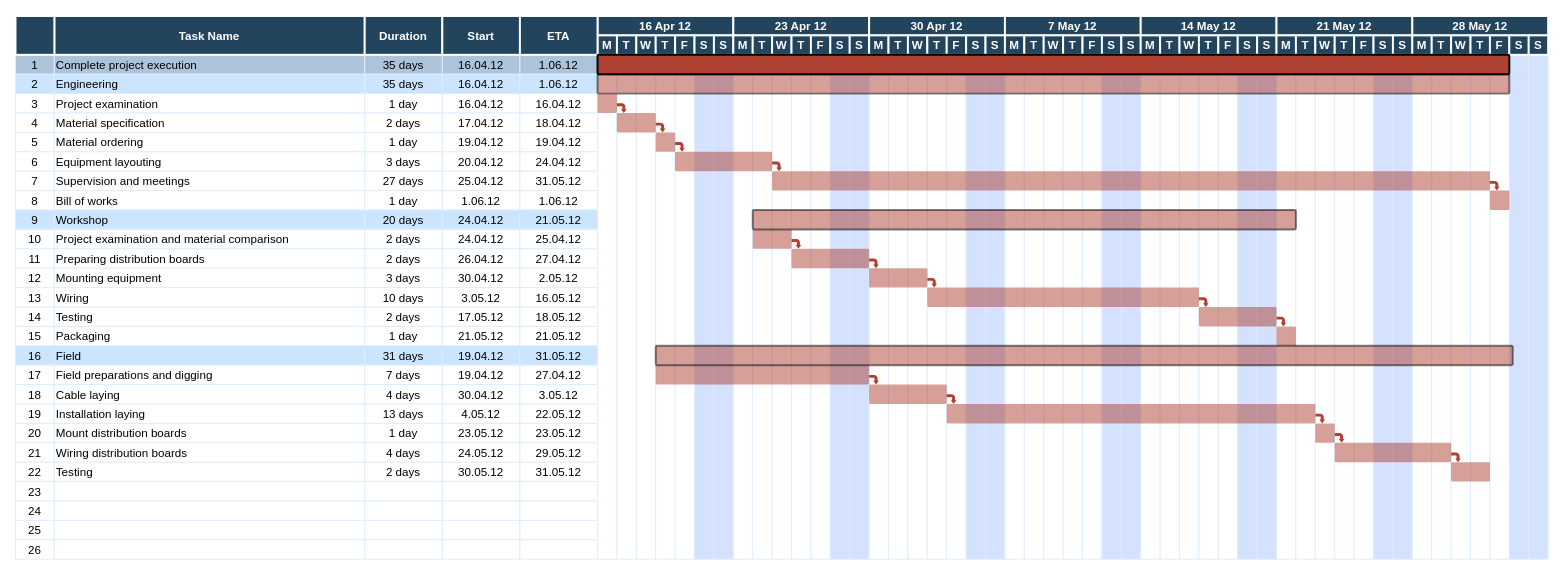
The draw.io diagram BattleshipGantt.drawio in StephaniePeacock/Battleship, before the edit. Source tidied: cells renumbered, new cells numbered last; positions are measured from the earlier drawing's top-left corner, leaving out a move shared by most shapes. Both pictures are drawn from the tidied source at 97%, with x=0, y=0 at pixel (15, 16).
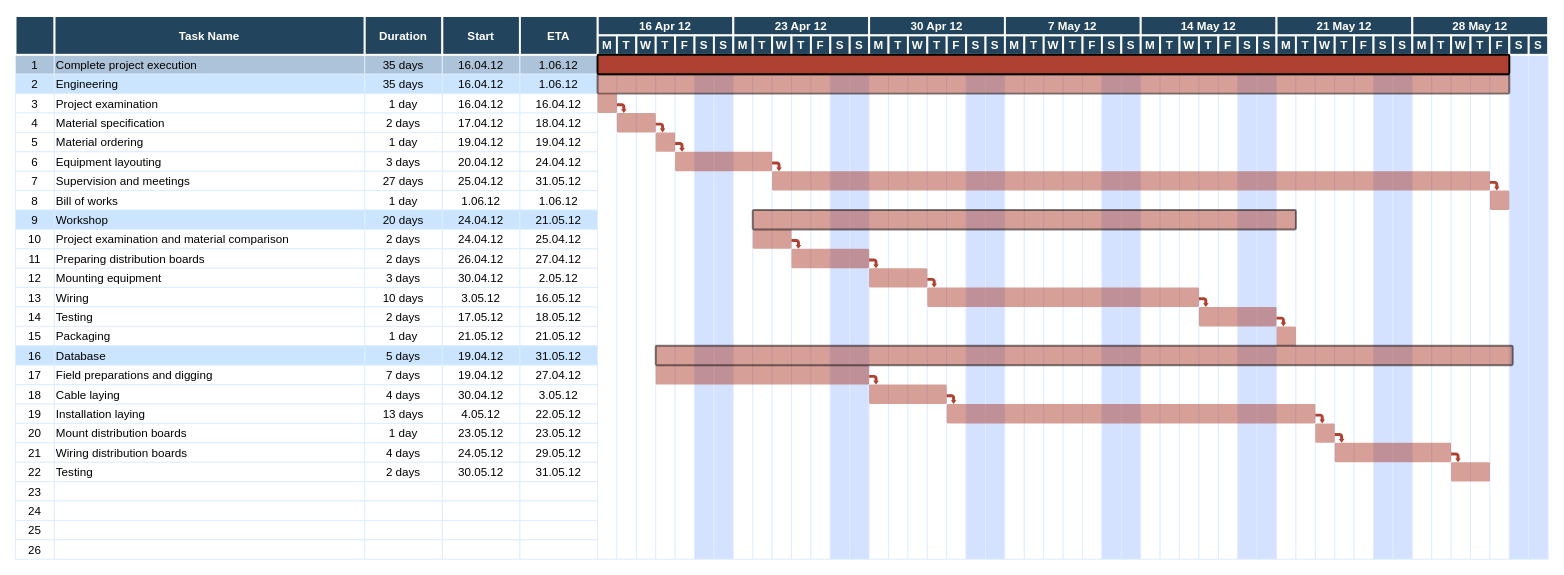
The same page after the edit.

Change to the diagram source:
```diff
@@
-    <mxCell id="79" value="Field" style="align=left;strokeColor=#DEEDFF;fillColor=#CCE5FF;" parent="1" vertex="1">
+    <mxCell id="79" value="Database" style="align=left;strokeColor=#DEEDFF;fillColor=#CCE5FF;" parent="1" vertex="1">
       <mxGeometry x="40.5" y="340" width="320" height="20" as="geometry" />
     </mxCell>
-    <mxCell id="80" value="31 days" style="strokeColor=#DEEDFF;fillColor=#CCE5FF;" parent="1" vertex="1">
+    <mxCell id="80" value="5 days" style="strokeColor=#DEEDFF;fillColor=#CCE5FF;" parent="1" vertex="1">
       <mxGeometry x="360.5" y="340" width="80" height="20" as="geometry" />
     </mxCell>
```
